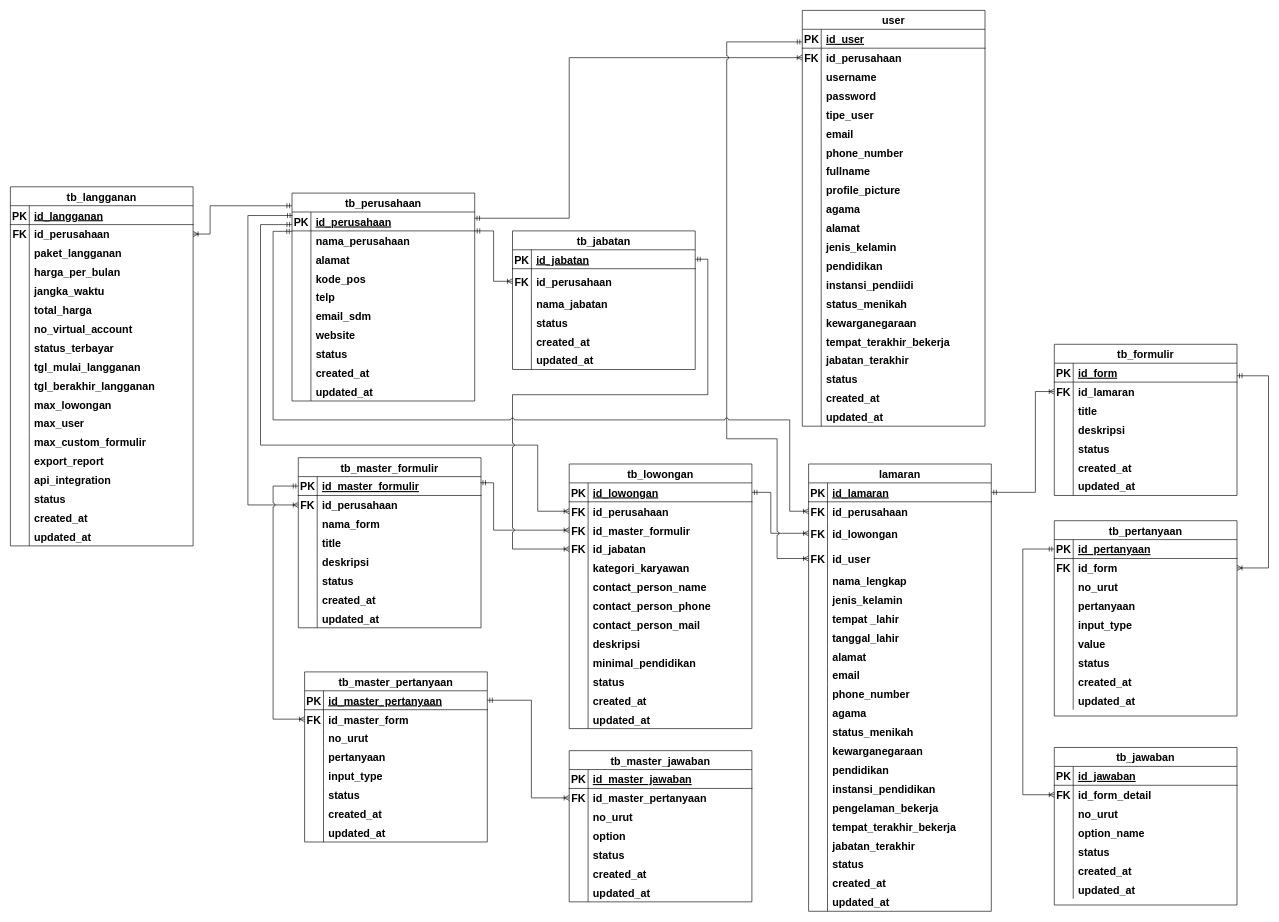
keys2505/tugas-akhir keeps this draw.io diagram as page "KONSEPTUAL v2" (5 of 5) of Rancanngan Basis Data.drawio. Above is the earlier version. Source tidied: cells renumbered, new cells numbered last; positions are measured from the earlier drawing's top-left corner, leaving out a move shared by most shapes. Both pictures are drawn from the tidied source at 63%, with x=0, y=0 at pixel (10, 10).
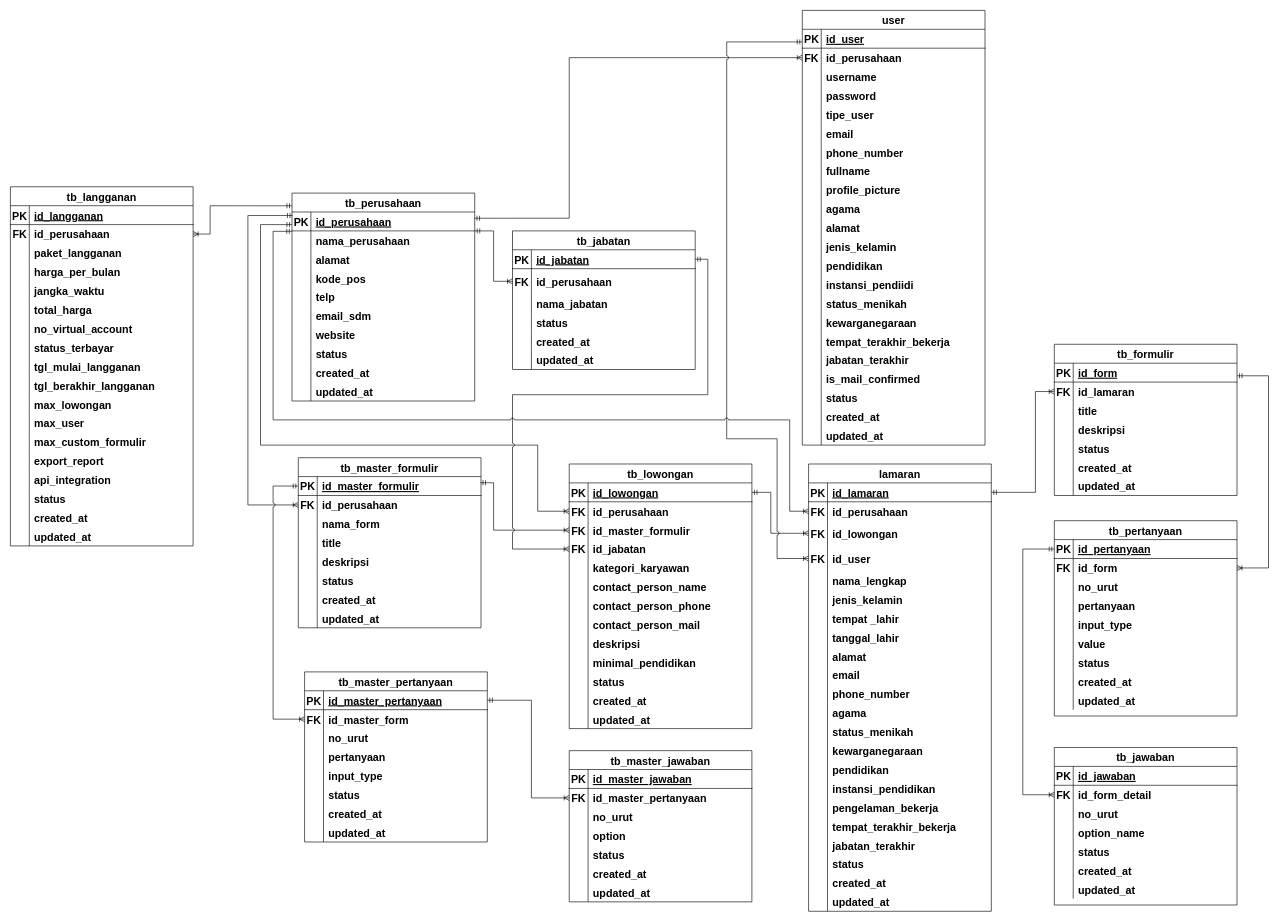
Above is the later version.

The edit, as a diff of the source:
```diff
@@
     <mxCell id="52" value="user" style="shape=table;startSize=30;childLayout=tableLayout;rowLines=0;fontStyle=1;align=center;fontSize=17;" parent="1" vertex="1">
-      <mxGeometry x="1257" width="290" height="660" as="geometry" />
+      <mxGeometry x="1257" width="290" height="690" as="geometry" />
     </mxCell>
@@
+    <mxCell id="437" style="shape=partialRectangle;fillColor=none;top=0;left=0;right=0;bottom=0;fontSize=17;fontStyle=1;" parent="52" vertex="1">
+      <mxGeometry y="570" width="290" height="30" as="geometry" />
+    </mxCell>
+    <mxCell id="438" style="shape=partialRectangle;overflow=hidden;fillColor=none;top=0;left=0;bottom=0;right=0;fontSize=17;fontStyle=1;" parent="437" vertex="1">
+      <mxGeometry width="30" height="30" as="geometry" />
+    </mxCell>
+    <mxCell id="439" value="is_mail_confirmed" style="shape=partialRectangle;overflow=hidden;fillColor=none;top=0;left=0;bottom=0;right=0;align=left;spacingLeft=6;fontSize=17;fontStyle=1;" parent="437" vertex="1">
+      <mxGeometry x="30" width="260" height="30" as="geometry" />
+    </mxCell>
     <mxCell id="107" style="shape=partialRectangle;fillColor=none;top=0;left=0;right=0;bottom=0;fontSize=17;fontStyle=1;" parent="52" vertex="1">
-      <mxGeometry y="570" width="290" height="30" as="geometry" />
+      <mxGeometry y="600" width="290" height="30" as="geometry" />
     </mxCell>
@@
     <mxCell id="110" style="shape=partialRectangle;fillColor=none;top=0;left=0;right=0;bottom=0;fontSize=17;fontStyle=1;" parent="52" vertex="1">
-      <mxGeometry y="600" width="290" height="30" as="geometry" />
+      <mxGeometry y="630" width="290" height="30" as="geometry" />
     </mxCell>
@@
     <mxCell id="113" style="shape=partialRectangle;fillColor=none;top=0;left=0;right=0;bottom=0;fontSize=17;fontStyle=1;" parent="52" vertex="1">
-      <mxGeometry y="630" width="290" height="30" as="geometry" />
+      <mxGeometry y="660" width="290" height="30" as="geometry" />
     </mxCell>
```
